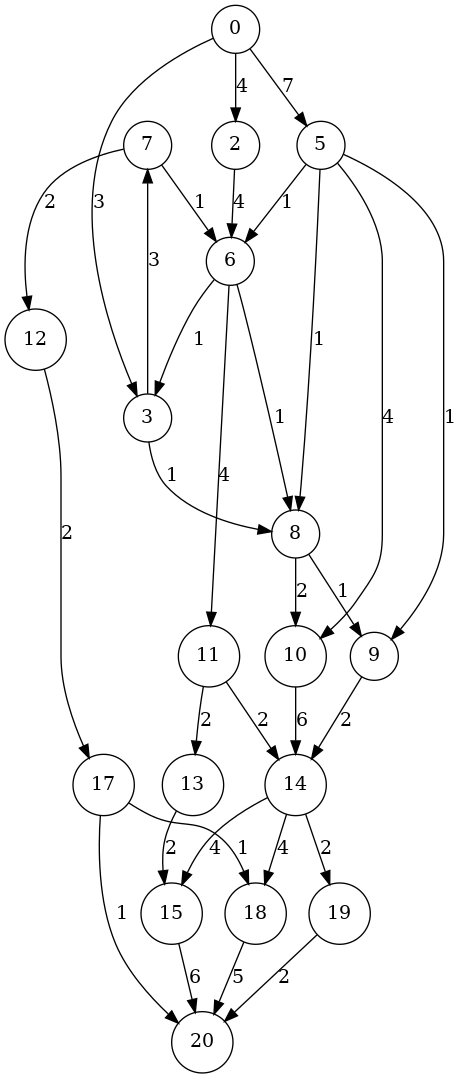
Before: figures/graphc.png, a diagram exported from Graphviz (kaygun/ford-fulkerson). Its source is kept beside it as figures/graphc.dot.
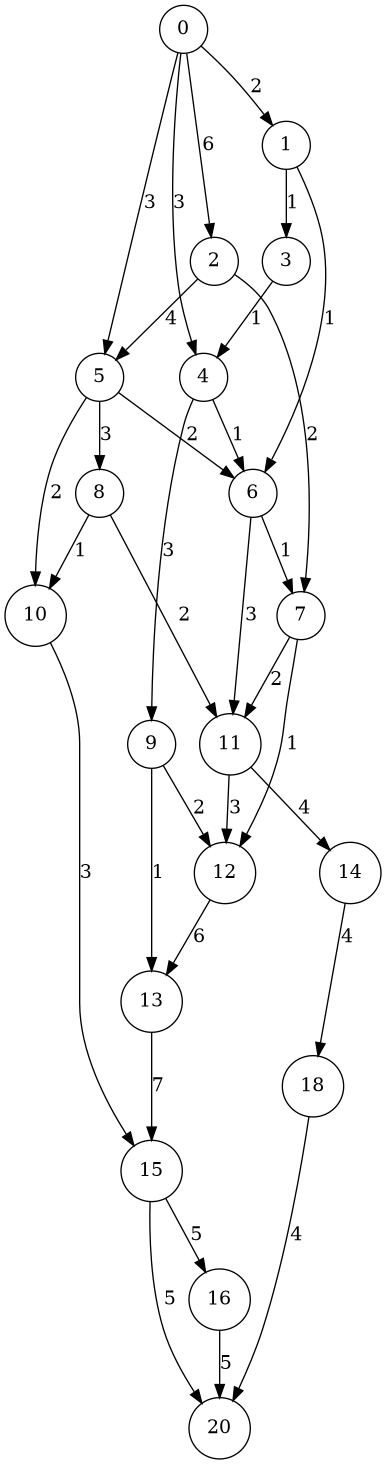
Later version of the same file.

What changed in the source:
```diff
@@ -1,34 +1,35 @@
 digraph G {
 node[shape=circle];
-"7" -> "6" [label=1];
-"10" -> "14" [label=6];
-"8" -> "9" [label=1];
-"7" -> "12" [label=2];
-"13" -> "15" [label=2];
-"12" -> "17" [label=2];
-"5" -> "10" [label=4];
-"6" -> "3" [label=1];
-"0" -> "5" [label=7];
-"17" -> "18" [label=1];
-"11" -> "14" [label=2];
-"11" -> "13" [label=2];
-"8" -> "10" [label=2];
-"14" -> "19" [label=2];
-"15" -> "20" [label=6];
-"14" -> "15" [label=4];
-"9" -> "14" [label=2];
-"0" -> "3" [label=3];
-"5" -> "6" [label=1];
-"5" -> "8" [label=1];
-"6" -> "8" [label=1];
-"6" -> "11" [label=4];
-"5" -> "9" [label=1];
-"0" -> "2" [label=4];
+"8" -> "11" [label=2];
+"7" -> "12" [label=1];
+"13" -> "15" [label=7];
+"7" -> "11" [label=2];
+"10" -> "15" [label=3];
+"2" -> "5" [label=4];
+"15" -> "16" [label=5];
+"6" -> "7" [label=1];
+"12" -> "13" [label=6];
+"5" -> "10" [label=2];
+"0" -> "5" [label=3];
+"3" -> "4" [label=1];
+"11" -> "14" [label=4];
+"8" -> "10" [label=1];
+"9" -> "12" [label=2];
+"4" -> "9" [label=3];
+"15" -> "20" [label=5];
+"4" -> "6" [label=1];
+"11" -> "12" [label=3];
+"1" -> "3" [label=1];
+"5" -> "6" [label=2];
+"5" -> "8" [label=3];
+"6" -> "11" [label=3];
+"2" -> "7" [label=2];
+"0" -> "2" [label=6];
+"0" -> "4" [label=3];
 "14" -> "18" [label=4];
-"3" -> "8" [label=1];
-"3" -> "7" [label=3];
-"2" -> "6" [label=4];
-"18" -> "20" [label=5];
-"19" -> "20" [label=2];
-"17" -> "20" [label=1];
+"9" -> "13" [label=1];
+"1" -> "6" [label=1];
+"16" -> "20" [label=5];
+"18" -> "20" [label=4];
+"0" -> "1" [label=2];
 }
```
